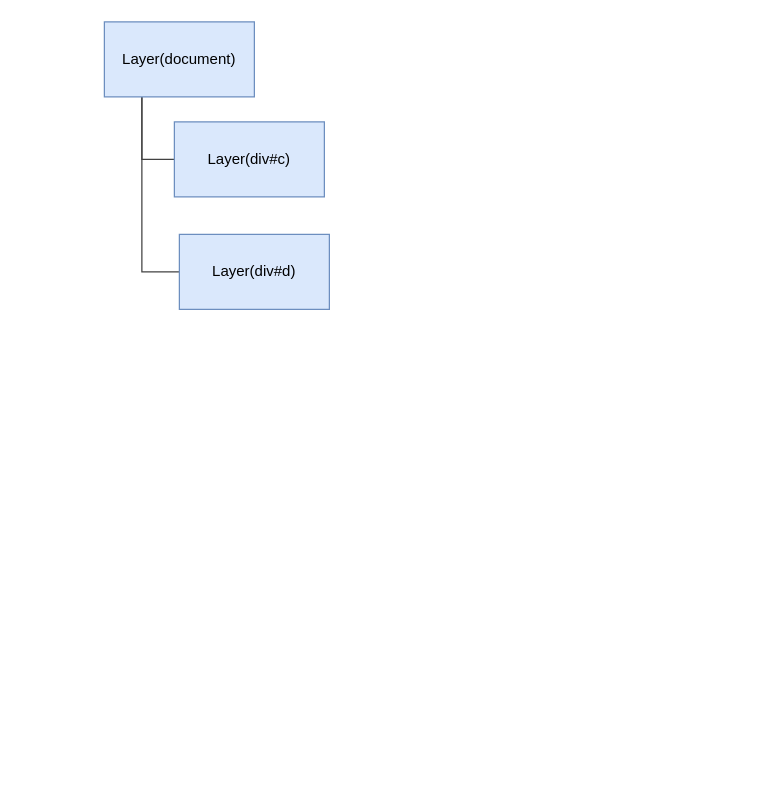
Before: page "Layer" (4 of 4) of 未命名绘图.drawio in Smallnuo/Smallnuo.github.io, a draw.io diagram. Source tidied: cells renumbered, new cells numbered last; positions are measured from the earlier drawing's top-left corner, leaving out a move shared by most shapes. Both pictures are drawn from the tidied source at 125%, with x=0, y=0 at pixel (104, 21).
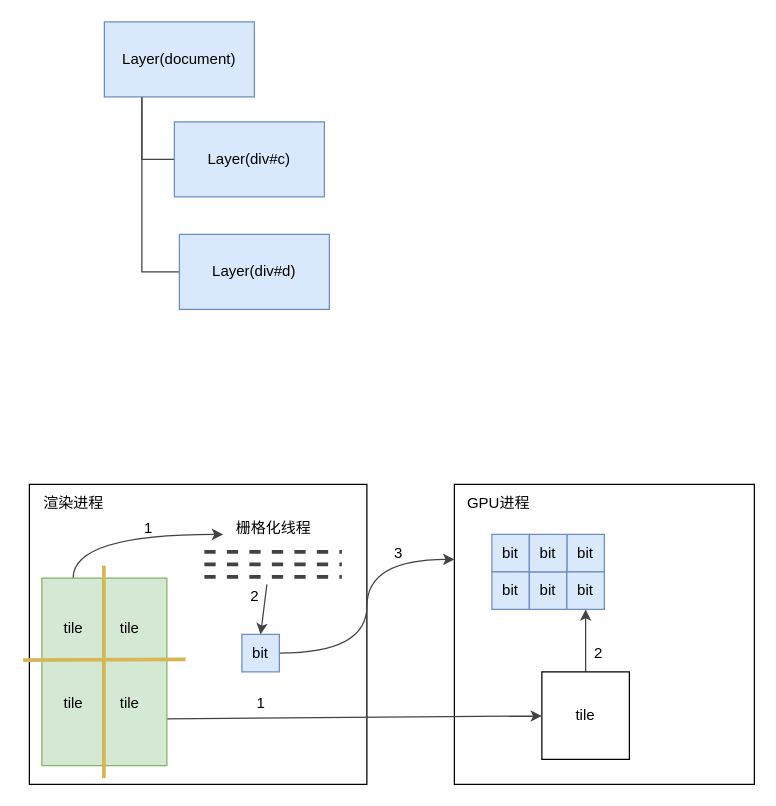
The same diagram, later.

The edit, as a diff of the source:
```diff
@@
+    <mxCell id="7" style="rounded=0;whiteSpace=wrap;html=1;" parent="1" vertex="1">
+      <mxGeometry x="-60" y="370" width="270" height="240" as="geometry" />
+    </mxCell>
+    <mxCell id="8" style="rounded=0;whiteSpace=wrap;html=1;" parent="1" vertex="1">
+      <mxGeometry x="280" y="370" width="240" height="240" as="geometry" />
+    </mxCell>
+    <mxCell id="9" value="渲染进程" style="text;html=1;align=center;verticalAlign=middle;strokeColor=none;fillColor=none;" parent="1" vertex="1">
+      <mxGeometry x="-60" y="370" width="70" height="30" as="geometry" />
+    </mxCell>
+    <mxCell id="10" value="GPU进程" style="text;html=1;align=center;verticalAlign=middle;strokeColor=none;fillColor=none;" parent="1" vertex="1">
+      <mxGeometry x="280" y="370" width="70" height="30" as="geometry" />
+    </mxCell>
+    <mxCell id="11" style="edgeStyle=orthogonalEdgeStyle;rounded=0;jettySize=auto;html=1;exitX=0.25;exitY=0;exitDx=0;exitDy=0;endArrow=classic;endFill=1;strokeColor=#424242;strokeWidth=1;curved=1;" parent="1" edge="1" source="13" target="20">
+      <mxGeometry relative="1" as="geometry">
+        <Array as="points">
+          <mxPoint x="-25" y="410" />
+        </Array>
+      </mxGeometry>
+    </mxCell>
+    <mxCell id="12" style="edgeStyle=none;rounded=0;jettySize=auto;html=1;exitX=1;exitY=0.75;exitDx=0;exitDy=0;endArrow=classic;endFill=1;strokeColor=#424242;strokeWidth=1;" parent="1" edge="1" source="13" target="34">
+      <mxGeometry relative="1" as="geometry" />
+    </mxCell>
+    <mxCell id="13" style="rounded=0;whiteSpace=wrap;html=1;fillColor=#d5e8d4;strokeColor=#82b366;" parent="1" vertex="1">
+      <mxGeometry x="-50" y="445" width="100" height="150" as="geometry" />
+    </mxCell>
+    <mxCell id="14" style="endArrow=none;html=1;rounded=0;strokeColor=#d6b656;fillColor=#fff2cc;strokeWidth=3;" parent="1" edge="1">
+      <mxGeometry relative="1" as="geometry">
+        <mxPoint x="-65" y="510.5" as="sourcePoint" />
+        <mxPoint x="65" y="510" as="targetPoint" />
+      </mxGeometry>
+    </mxCell>
+    <mxCell id="15" style="endArrow=none;html=1;rounded=0;strokeColor=#d6b656;strokeWidth=3;fillColor=#fff2cc;" parent="1" edge="1">
+      <mxGeometry relative="1" as="geometry">
+        <mxPoint x="-0.4" y="435" as="sourcePoint" />
+        <mxPoint x="-0.4" y="605" as="targetPoint" />
+      </mxGeometry>
+    </mxCell>
+    <mxCell id="16" value="tile" style="text;html=1;align=center;verticalAlign=middle;strokeColor=none;fillColor=none;" parent="1" vertex="1">
+      <mxGeometry x="-45" y="470" width="40" height="30" as="geometry" />
+    </mxCell>
+    <mxCell id="17" value="tile" style="text;html=1;align=center;verticalAlign=middle;strokeColor=none;fillColor=none;" parent="1" vertex="1">
+      <mxGeometry y="470" width="40" height="30" as="geometry" />
+    </mxCell>
+    <mxCell id="18" value="tile" style="text;html=1;align=center;verticalAlign=middle;strokeColor=none;fillColor=none;" parent="1" vertex="1">
+      <mxGeometry x="-45" y="530" width="40" height="30" as="geometry" />
+    </mxCell>
+    <mxCell id="19" value="tile" style="text;html=1;align=center;verticalAlign=middle;strokeColor=none;fillColor=none;" parent="1" vertex="1">
+      <mxGeometry y="530" width="40" height="30" as="geometry" />
+    </mxCell>
+    <mxCell id="20" value="栅格化线程" style="text;html=1;align=center;verticalAlign=middle;points=[];strokeColor=none;fillColor=none;" parent="1" vertex="1">
+      <mxGeometry x="95" y="390" width="80" height="30" as="geometry" />
+    </mxCell>
+    <mxCell id="21" value="bit" style="whiteSpace=wrap;html=1;fillColor=#dae8fc;strokeColor=#6c8ebf;" parent="1" vertex="1">
+      <mxGeometry x="310" y="410" width="30" height="30" as="geometry" />
+    </mxCell>
+    <mxCell id="22" style="edgeStyle=orthogonalEdgeStyle;curved=1;rounded=0;jettySize=auto;html=1;exitX=1;exitY=0.5;exitDx=0;exitDy=0;entryX=0;entryY=0.25;entryDx=0;entryDy=0;endArrow=classic;endFill=1;strokeColor=#424242;strokeWidth=1;" parent="1" edge="1" source="23" target="8">
+      <mxGeometry relative="1" as="geometry" />
+    </mxCell>
+    <mxCell id="23" value="bit" style="whiteSpace=wrap;html=1;fillColor=#dae8fc;strokeColor=#6c8ebf;" parent="1" vertex="1">
+      <mxGeometry x="110" y="490" width="30" height="30" as="geometry" />
+    </mxCell>
+    <mxCell id="24" style="endArrow=none;dashed=1;html=1;rounded=0;strokeColor=#424242;strokeWidth=3;" parent="1" edge="1">
+      <mxGeometry relative="1" as="geometry">
+        <mxPoint x="80" y="424" as="sourcePoint" />
+        <mxPoint x="190" y="424" as="targetPoint" />
+      </mxGeometry>
+    </mxCell>
+    <mxCell id="25" style="endArrow=none;dashed=1;html=1;rounded=0;strokeColor=#424242;strokeWidth=3;" parent="1" edge="1">
+      <mxGeometry relative="1" as="geometry">
+        <mxPoint x="80" y="434" as="sourcePoint" />
+        <mxPoint x="190" y="434" as="targetPoint" />
+      </mxGeometry>
+    </mxCell>
+    <mxCell id="26" style="endArrow=none;dashed=1;html=1;rounded=0;strokeColor=#424242;strokeWidth=3;" parent="1" edge="1">
+      <mxGeometry relative="1" as="geometry">
+        <mxPoint x="80" y="444" as="sourcePoint" />
+        <mxPoint x="190" y="444" as="targetPoint" />
+      </mxGeometry>
+    </mxCell>
+    <mxCell id="27" style="endArrow=classic;html=1;rounded=0;strokeColor=#424242;strokeWidth=1;curved=1;entryX=0.5;entryY=0;entryDx=0;entryDy=0;" parent="1" edge="1" target="23">
+      <mxGeometry relative="1" as="geometry">
+        <mxPoint x="130" y="450" as="sourcePoint" />
+      </mxGeometry>
+    </mxCell>
+    <mxCell id="28" value="bit" style="whiteSpace=wrap;html=1;fillColor=#dae8fc;strokeColor=#6c8ebf;" parent="1" vertex="1">
+      <mxGeometry x="310" y="440" width="30" height="30" as="geometry" />
+    </mxCell>
+    <mxCell id="29" value="bit" style="whiteSpace=wrap;html=1;fillColor=#dae8fc;strokeColor=#6c8ebf;" parent="1" vertex="1">
+      <mxGeometry x="370" y="410" width="30" height="30" as="geometry" />
+    </mxCell>
+    <mxCell id="30" value="bit" style="whiteSpace=wrap;html=1;fillColor=#dae8fc;strokeColor=#6c8ebf;" parent="1" vertex="1">
+      <mxGeometry x="340" y="440" width="30" height="30" as="geometry" />
+    </mxCell>
+    <mxCell id="31" value="bit" style="whiteSpace=wrap;html=1;fillColor=#dae8fc;strokeColor=#6c8ebf;" parent="1" vertex="1">
+      <mxGeometry x="340" y="410" width="30" height="30" as="geometry" />
+    </mxCell>
+    <mxCell id="32" value="bit" style="whiteSpace=wrap;html=1;fillColor=#dae8fc;strokeColor=#6c8ebf;" parent="1" vertex="1">
+      <mxGeometry x="370" y="440" width="30" height="30" as="geometry" />
+    </mxCell>
+    <mxCell id="33" style="edgeStyle=none;rounded=0;jettySize=auto;html=1;exitX=0.5;exitY=0;exitDx=0;exitDy=0;entryX=0.5;entryY=1;entryDx=0;entryDy=0;endArrow=classic;endFill=1;strokeColor=#424242;strokeWidth=1;" parent="1" edge="1" source="34" target="32">
+      <mxGeometry relative="1" as="geometry" />
+    </mxCell>
+    <mxCell id="34" value="tile" style="whiteSpace=wrap;html=1;" parent="1" vertex="1">
+      <mxGeometry x="350" y="520" width="70" height="70" as="geometry" />
+    </mxCell>
+    <mxCell id="35" value="1" style="text;html=1;align=center;verticalAlign=middle;strokeColor=none;fillColor=none;" parent="1" vertex="1">
+      <mxGeometry x="20" y="390" width="30" height="30" as="geometry" />
+    </mxCell>
+    <mxCell id="36" value="2" style="text;html=1;align=center;verticalAlign=middle;strokeColor=none;fillColor=none;" parent="1" vertex="1">
+      <mxGeometry x="105" y="445" width="30" height="30" as="geometry" />
+    </mxCell>
+    <mxCell id="37" value="3" style="text;html=1;align=center;verticalAlign=middle;strokeColor=none;fillColor=none;" parent="1" vertex="1">
+      <mxGeometry x="220" y="410" width="30" height="30" as="geometry" />
+    </mxCell>
+    <mxCell id="38" value="2" style="text;html=1;align=center;verticalAlign=middle;strokeColor=none;fillColor=none;" parent="1" vertex="1">
+      <mxGeometry x="380" y="490" width="30" height="30" as="geometry" />
+    </mxCell>
+    <mxCell id="39" value="1" style="text;html=1;align=center;verticalAlign=middle;strokeColor=none;fillColor=none;" parent="1" vertex="1">
+      <mxGeometry x="110" y="530" width="30" height="30" as="geometry" />
+    </mxCell>
```
